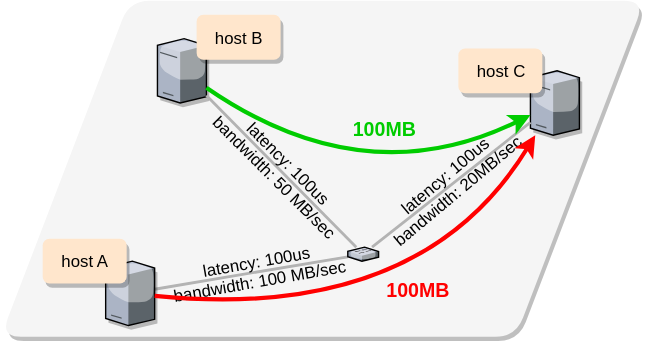
The draw.io diagram docs/public/img/primer_on_networking/topology_contention.svg in wrench-project/wrench-pedagogic-modules, before a commit. Source tidied: cells renumbered, new cells last; positions are measured from the earlier drawing's top-left corner, leaving out a move shared by most shapes. The source it was exported from:
```xml
<mxGraphModel background="#ffffff">
  <root>
    <mxCell id="0" />
    <mxCell id="1" parent="0" />
    <mxCell id="2" style="shape=parallelogram;perimeter=parallelogramPerimeter;whiteSpace=wrap;html=1;fillColor=#f5f5f5;strokeColor=none;rounded=1;shadow=1;arcSize=29;" parent="1" vertex="1">
      <mxGeometry width="460" height="240" as="geometry" />
    </mxCell>
    <mxCell id="3" style="endArrow=none;html=1;strokeWidth=2;strokeColor=#B3B3B3;" parent="1" edge="1" source="11" target="4">
      <mxGeometry relative="1" as="geometry" />
    </mxCell>
    <mxCell id="4" style="verticalLabelPosition=bottom;html=1;verticalAlign=top;strokeColor=none;align=center;outlineConnect=0;shape=mxgraph.citrix.switch;" parent="1" vertex="1">
      <mxGeometry x="248" y="176" width="22" height="10" as="geometry" />
    </mxCell>
    <mxCell id="5" value="&lt;div style=&quot;text-align: left&quot;&gt;&lt;br&gt;&lt;/div&gt;" style="verticalLabelPosition=bottom;html=1;verticalAlign=top;strokeColor=none;align=center;outlineConnect=0;shape=mxgraph.citrix.tower_server;shadow=1;" parent="1" vertex="1">
      <mxGeometry x="378.5" y="50" width="35" height="46" as="geometry" />
    </mxCell>
    <mxCell id="6" value="&lt;div style=&quot;text-align: left&quot;&gt;&lt;br&gt;&lt;/div&gt;" style="verticalLabelPosition=bottom;html=1;verticalAlign=top;strokeColor=none;align=center;outlineConnect=0;shape=mxgraph.citrix.tower_server;shadow=1;" parent="1" vertex="1">
      <mxGeometry x="112" y="27" width="35" height="46" as="geometry" />
    </mxCell>
    <mxCell id="7" value="&lt;div&gt;host C&lt;br&gt;&lt;/div&gt;" style="rounded=1;whiteSpace=wrap;html=1;fillColor=#ffe6cc;strokeColor=none;shadow=1;" parent="1" vertex="1">
      <mxGeometry x="327" y="34" width="60" height="32" as="geometry" />
    </mxCell>
    <mxCell id="8" value="host B" style="rounded=1;whiteSpace=wrap;html=1;fillColor=#ffe6cc;strokeColor=none;shadow=1;" parent="1" vertex="1">
      <mxGeometry x="140" y="10" width="60" height="32" as="geometry" />
    </mxCell>
    <mxCell id="9" style="endArrow=none;html=1;strokeWidth=2;strokeColor=#B3B3B3;fillColor=#f5f5f5;" parent="1" edge="1" source="4" target="5">
      <mxGeometry relative="1" as="geometry" />
    </mxCell>
    <mxCell id="10" style="endArrow=none;html=1;strokeWidth=2;strokeColor=#B3B3B3;fillColor=#f5f5f5;" parent="1" edge="1" source="6" target="4">
      <mxGeometry relative="1" as="geometry" />
    </mxCell>
    <mxCell id="11" value="&lt;div style=&quot;text-align: left&quot;&gt;&lt;br&gt;&lt;/div&gt;" style="verticalLabelPosition=bottom;html=1;verticalAlign=top;strokeColor=none;align=center;outlineConnect=0;shape=mxgraph.citrix.tower_server;shadow=1;" parent="1" vertex="1">
      <mxGeometry x="75" y="186" width="35" height="46" as="geometry" />
    </mxCell>
    <mxCell id="12" value="host A" style="rounded=1;whiteSpace=wrap;html=1;fillColor=#ffe6cc;strokeColor=none;shadow=1;" parent="1" vertex="1">
      <mxGeometry x="30" y="170" width="60" height="32" as="geometry" />
    </mxCell>
    <mxCell id="13" value="&lt;div&gt;latency: 100us&lt;/div&gt;&lt;div&gt;bandwidth: 100 MB/sec&lt;br&gt;&lt;/div&gt;" style="text;html=1;align=center;verticalAlign=middle;fillColor=none;strokeColor=none;rounded=0;rotation=-10;" parent="1" vertex="1">
      <mxGeometry x="114" y="178" width="140" height="30" as="geometry" />
    </mxCell>
    <mxCell id="14" value="&lt;div&gt;latency: 100us&lt;/div&gt;&lt;div&gt;bandwidth: 20MB/sec&lt;br&gt;&lt;/div&gt;" style="text;html=1;align=center;verticalAlign=middle;fillColor=none;strokeColor=none;rounded=0;rotation=-40;" parent="1" vertex="1">
      <mxGeometry x="257" y="115" width="130" height="30" as="geometry" />
    </mxCell>
    <mxCell id="15" value="&lt;div&gt;latency: 100us&lt;/div&gt;&lt;div&gt;bandwidth: 50 MB/sec&lt;br&gt;&lt;/div&gt;" style="text;html=1;align=center;verticalAlign=middle;fillColor=none;strokeColor=none;rounded=0;rotation=45;" parent="1" vertex="1">
      <mxGeometry x="136" y="106" width="130" height="30" as="geometry" />
    </mxCell>
    <mxCell id="16" style="curved=1;endArrow=classic;html=1;strokeWidth=3;strokeColor=#FF0000;" parent="1" edge="1" source="11" target="5">
      <mxGeometry relative="1" as="geometry">
        <Array as="points">
          <mxPoint x="300" y="230" />
        </Array>
      </mxGeometry>
    </mxCell>
    <mxCell id="17" style="curved=1;endArrow=classic;html=1;strokeColor=#00CC00;strokeWidth=3;" parent="1" edge="1" source="6" target="5">
      <mxGeometry relative="1" as="geometry">
        <Array as="points">
          <mxPoint x="260" y="140" />
        </Array>
      </mxGeometry>
    </mxCell>
    <mxCell id="18" value="&lt;div style=&quot;font-size: 14px;&quot;&gt;100MB&lt;/div&gt;" style="text;html=1;align=center;verticalAlign=middle;fillColor=none;strokeColor=none;rounded=0;fontStyle=1;fontSize=14;fontColor=#00CC00;" parent="1" vertex="1">
      <mxGeometry x="249" y="81" width="50" height="20" as="geometry" />
    </mxCell>
    <mxCell id="19" value="&lt;div style=&quot;font-size: 14px;&quot;&gt;100MB&lt;/div&gt;" style="text;html=1;align=center;verticalAlign=middle;fillColor=none;strokeColor=none;rounded=0;fontStyle=1;fontSize=14;fontColor=#FF0000;" parent="1" vertex="1">
      <mxGeometry x="273" y="196" width="50" height="20" as="geometry" />
    </mxCell>
  </root>
</mxGraphModel>
```
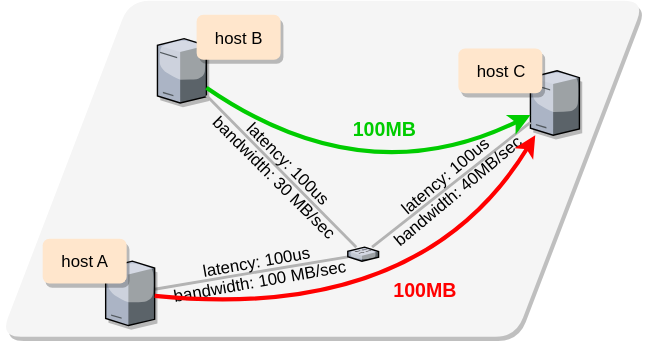
After the commit.

The edit, as a diff of the source:
```diff
@@ -38,10 +38,10 @@
     <mxCell id="13" value="&lt;div&gt;latency: 100us&lt;/div&gt;&lt;div&gt;bandwidth: 100 MB/sec&lt;br&gt;&lt;/div&gt;" style="text;html=1;align=center;verticalAlign=middle;fillColor=none;strokeColor=none;rounded=0;rotation=-10;" parent="1" vertex="1">
       <mxGeometry x="114" y="178" width="140" height="30" as="geometry" />
     </mxCell>
-    <mxCell id="14" value="&lt;div&gt;latency: 100us&lt;/div&gt;&lt;div&gt;bandwidth: 20MB/sec&lt;br&gt;&lt;/div&gt;" style="text;html=1;align=center;verticalAlign=middle;fillColor=none;strokeColor=none;rounded=0;rotation=-40;" parent="1" vertex="1">
+    <mxCell id="14" value="&lt;div&gt;latency: 100us&lt;/div&gt;&lt;div&gt;bandwidth: 40MB/sec&lt;br&gt;&lt;/div&gt;" style="text;html=1;align=center;verticalAlign=middle;fillColor=none;strokeColor=none;rounded=0;rotation=-40;" parent="1" vertex="1">
       <mxGeometry x="257" y="115" width="130" height="30" as="geometry" />
     </mxCell>
-    <mxCell id="15" value="&lt;div&gt;latency: 100us&lt;/div&gt;&lt;div&gt;bandwidth: 50 MB/sec&lt;br&gt;&lt;/div&gt;" style="text;html=1;align=center;verticalAlign=middle;fillColor=none;strokeColor=none;rounded=0;rotation=45;" parent="1" vertex="1">
+    <mxCell id="15" value="&lt;div&gt;latency: 100us&lt;/div&gt;&lt;div&gt;bandwidth: 30 MB/sec&lt;br&gt;&lt;/div&gt;" style="text;html=1;align=center;verticalAlign=middle;fillColor=none;strokeColor=none;rounded=0;rotation=45;" parent="1" vertex="1">
       <mxGeometry x="136" y="106" width="130" height="30" as="geometry" />
     </mxCell>
     <mxCell id="16" style="curved=1;endArrow=classic;html=1;strokeWidth=3;strokeColor=#FF0000;" parent="1" edge="1" source="11" target="5">
@@ -61,8 +61,8 @@
     <mxCell id="18" value="&lt;div style=&quot;font-size: 14px;&quot;&gt;100MB&lt;/div&gt;" style="text;html=1;align=center;verticalAlign=middle;fillColor=none;strokeColor=none;rounded=0;fontStyle=1;fontSize=14;fontColor=#00CC00;" parent="1" vertex="1">
       <mxGeometry x="249" y="81" width="50" height="20" as="geometry" />
     </mxCell>
-    <mxCell id="19" value="&lt;div style=&quot;font-size: 14px;&quot;&gt;100MB&lt;/div&gt;" style="text;html=1;align=center;verticalAlign=middle;fillColor=none;strokeColor=none;rounded=0;fontStyle=1;fontSize=14;fontColor=#FF0000;" parent="1" vertex="1">
-      <mxGeometry x="273" y="196" width="50" height="20" as="geometry" />
+    <mxCell id="19" value="&lt;div style=&quot;font-size: 14px&quot;&gt;100MB&lt;/div&gt;" style="text;html=1;align=center;verticalAlign=middle;fillColor=none;strokeColor=none;rounded=0;fontStyle=1;fontSize=14;fontColor=#FF0000;" parent="1" vertex="1">
+      <mxGeometry x="273" y="196" width="60" height="20" as="geometry" />
     </mxCell>
   </root>
 </mxGraphModel>
```
